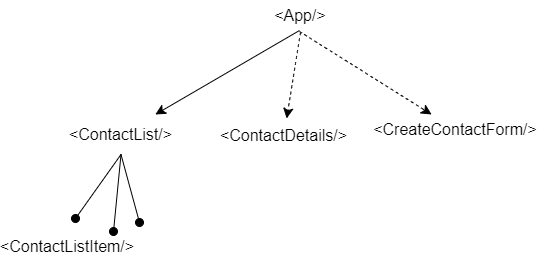
This is component-tree.drawio.png from boolean-uk/react-address-book-part-1, a draw.io export, as it was before one commit. Source tidied: cells renumbered, new cells last; positions are measured from the earlier drawing's top-left corner, leaving out a move shared by most shapes. Its diagram source:
```xml
<mxGraphModel>
  <root>
    <mxCell id="0" />
    <mxCell id="1" parent="0" />
    <mxCell id="2" style="endArrow=classic;html=1;rounded=0;fontSize=12;startSize=8;endSize=8;curved=1;dashed=1;" parent="1" edge="1" target="3">
      <mxGeometry relative="1" as="geometry">
        <mxPoint x="263" y="32" as="sourcePoint" />
      </mxGeometry>
    </mxCell>
    <mxCell id="3" value="&amp;lt;ContactDetails/&amp;gt;" style="text;html=1;align=center;verticalAlign=middle;whiteSpace=wrap;rounded=0;fontSize=16;" parent="1" vertex="1">
      <mxGeometry x="206" y="118" width="81" height="33" as="geometry" />
    </mxCell>
    <mxCell id="4" style="endArrow=classic;html=1;rounded=0;fontSize=12;startSize=8;endSize=8;curved=1;" parent="1" edge="1" target="5">
      <mxGeometry relative="1" as="geometry">
        <mxPoint x="262" y="30" as="sourcePoint" />
      </mxGeometry>
    </mxCell>
    <mxCell id="5" value="&amp;lt;ContactList/&amp;gt;" style="text;html=1;align=center;verticalAlign=middle;whiteSpace=wrap;rounded=0;fontSize=16;" parent="1" vertex="1">
      <mxGeometry x="8" y="114" width="151" height="40" as="geometry" />
    </mxCell>
    <mxCell id="6" style="endArrow=classic;html=1;rounded=0;fontSize=12;startSize=8;endSize=8;curved=1;dashed=1;" parent="1" edge="1" target="7">
      <mxGeometry relative="1" as="geometry">
        <mxPoint x="262" y="31" as="sourcePoint" />
      </mxGeometry>
    </mxCell>
    <mxCell id="7" value="&amp;lt;CreateContactForm/&amp;gt;" style="text;html=1;align=center;verticalAlign=middle;whiteSpace=wrap;rounded=0;fontSize=16;" parent="1" vertex="1">
      <mxGeometry x="388" y="114" width="60" height="30" as="geometry" />
    </mxCell>
    <mxCell id="8" value="&amp;lt;App/&amp;gt;" style="text;html=1;align=center;verticalAlign=middle;whiteSpace=wrap;rounded=0;fontSize=16;" parent="1" vertex="1">
      <mxGeometry x="233" width="60" height="30" as="geometry" />
    </mxCell>
    <mxCell id="9" style="endArrow=none;html=1;rounded=0;fontSize=12;startSize=8;endSize=8;curved=1;entryX=0.5;entryY=1;entryDx=0;entryDy=0;startArrow=oval;startFill=1;" parent="1" edge="1" target="5">
      <mxGeometry relative="1" as="geometry">
        <mxPoint x="38" y="218" as="sourcePoint" />
      </mxGeometry>
    </mxCell>
    <mxCell id="10" style="endArrow=none;html=1;rounded=0;fontSize=12;startSize=8;endSize=8;curved=1;entryX=0.5;entryY=1;entryDx=0;entryDy=0;startArrow=oval;startFill=1;" parent="1" edge="1" target="5">
      <mxGeometry relative="1" as="geometry">
        <mxPoint x="76" y="231" as="sourcePoint" />
      </mxGeometry>
    </mxCell>
    <mxCell id="11" style="endArrow=none;html=1;rounded=0;fontSize=12;startSize=8;endSize=8;curved=1;entryX=0.5;entryY=1;entryDx=0;entryDy=0;startArrow=oval;startFill=1;" parent="1" edge="1" target="5">
      <mxGeometry relative="1" as="geometry">
        <mxPoint x="102" y="222" as="sourcePoint" />
      </mxGeometry>
    </mxCell>
    <mxCell id="12" value="&amp;lt;ContactListItem/&amp;gt;" style="text;html=1;align=center;verticalAlign=middle;whiteSpace=wrap;rounded=0;fontSize=16;" parent="1" vertex="1">
      <mxGeometry y="231" width="60" height="30" as="geometry" />
    </mxCell>
  </root>
</mxGraphModel>
```
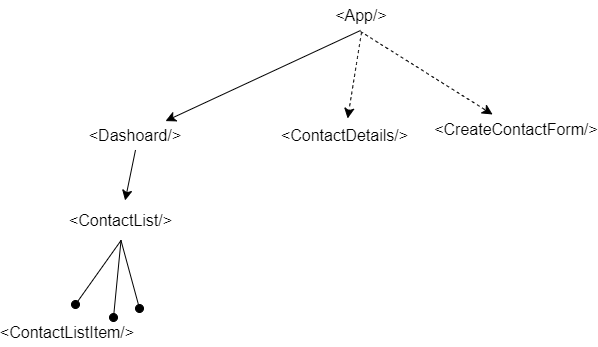
The same diagram one commit later.

Diff of the diagram source:
```diff
@@ -10,13 +10,13 @@
     <mxCell id="3" value="&amp;lt;ContactDetails/&amp;gt;" style="text;html=1;align=center;verticalAlign=middle;whiteSpace=wrap;rounded=0;fontSize=16;" parent="1" vertex="1">
       <mxGeometry x="206" y="118" width="81" height="33" as="geometry" />
     </mxCell>
-    <mxCell id="4" style="endArrow=classic;html=1;rounded=0;fontSize=12;startSize=8;endSize=8;curved=1;" parent="1" edge="1" target="5">
+    <mxCell id="4" style="endArrow=classic;html=1;rounded=0;fontSize=12;startSize=8;endSize=8;curved=1;" parent="1" edge="1" target="13">
       <mxGeometry relative="1" as="geometry">
         <mxPoint x="262" y="30" as="sourcePoint" />
       </mxGeometry>
     </mxCell>
     <mxCell id="5" value="&amp;lt;ContactList/&amp;gt;" style="text;html=1;align=center;verticalAlign=middle;whiteSpace=wrap;rounded=0;fontSize=16;" parent="1" vertex="1">
-      <mxGeometry x="8" y="114" width="151" height="40" as="geometry" />
+      <mxGeometry x="-53" y="200" width="151" height="40" as="geometry" />
     </mxCell>
     <mxCell id="6" style="endArrow=classic;html=1;rounded=0;fontSize=12;startSize=8;endSize=8;curved=1;dashed=1;" parent="1" edge="1" target="7">
       <mxGeometry relative="1" as="geometry">
@@ -31,21 +31,27 @@
     </mxCell>
     <mxCell id="9" style="endArrow=none;html=1;rounded=0;fontSize=12;startSize=8;endSize=8;curved=1;entryX=0.5;entryY=1;entryDx=0;entryDy=0;startArrow=oval;startFill=1;" parent="1" edge="1" target="5">
       <mxGeometry relative="1" as="geometry">
-        <mxPoint x="38" y="218" as="sourcePoint" />
+        <mxPoint x="-23" y="304" as="sourcePoint" />
       </mxGeometry>
     </mxCell>
     <mxCell id="10" style="endArrow=none;html=1;rounded=0;fontSize=12;startSize=8;endSize=8;curved=1;entryX=0.5;entryY=1;entryDx=0;entryDy=0;startArrow=oval;startFill=1;" parent="1" edge="1" target="5">
       <mxGeometry relative="1" as="geometry">
-        <mxPoint x="76" y="231" as="sourcePoint" />
+        <mxPoint x="15" y="317" as="sourcePoint" />
       </mxGeometry>
     </mxCell>
     <mxCell id="11" style="endArrow=none;html=1;rounded=0;fontSize=12;startSize=8;endSize=8;curved=1;entryX=0.5;entryY=1;entryDx=0;entryDy=0;startArrow=oval;startFill=1;" parent="1" edge="1" target="5">
       <mxGeometry relative="1" as="geometry">
-        <mxPoint x="102" y="222" as="sourcePoint" />
+        <mxPoint x="41" y="308" as="sourcePoint" />
       </mxGeometry>
     </mxCell>
     <mxCell id="12" value="&amp;lt;ContactListItem/&amp;gt;" style="text;html=1;align=center;verticalAlign=middle;whiteSpace=wrap;rounded=0;fontSize=16;" parent="1" vertex="1">
-      <mxGeometry y="231" width="60" height="30" as="geometry" />
+      <mxGeometry x="-61" y="317" width="60" height="30" as="geometry" />
     </mxCell>
+    <mxCell id="13" value="&amp;lt;Dashoard/&amp;gt;" style="text;html=1;align=center;verticalAlign=middle;whiteSpace=wrap;rounded=0;fontSize=16;" parent="1" vertex="1">
+      <mxGeometry x="7" y="119.5" width="60" height="30" as="geometry" />
+    </mxCell>
+    <mxCell id="14" style="endArrow=classic;html=1;rounded=0;fontSize=12;startSize=8;endSize=8;curved=1;exitX=0.5;exitY=1;exitDx=0;exitDy=0;" parent="1" edge="1" source="13" target="5">
+      <mxGeometry relative="1" as="geometry" />
+    </mxCell>
   </root>
 </mxGraphModel>
```
